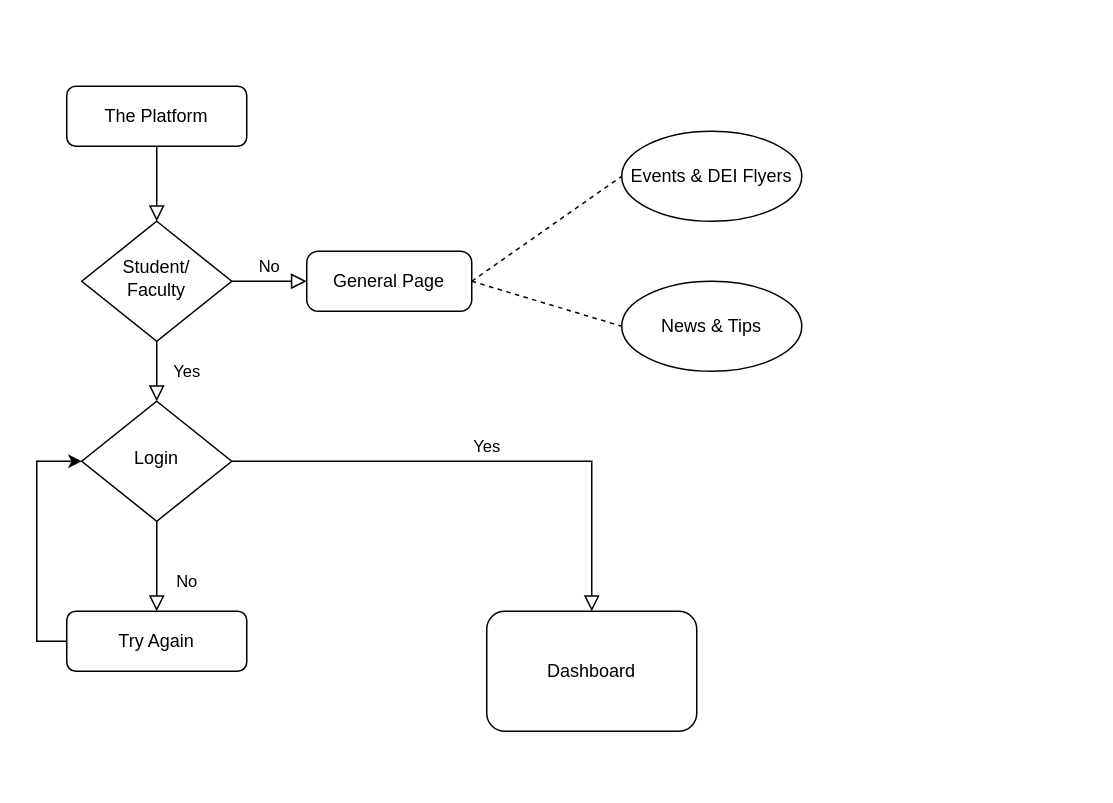
Above: per_guilia.drawio in homanmirgolbabaee/per-giulia (draw.io), before the change. Source tidied: cells renumbered, new cells numbered last; positions are measured from the earlier drawing's top-left corner, leaving out a move shared by most shapes. Both pictures are drawn from the tidied source at 150%, with x=0, y=0 at pixel (36, 86).
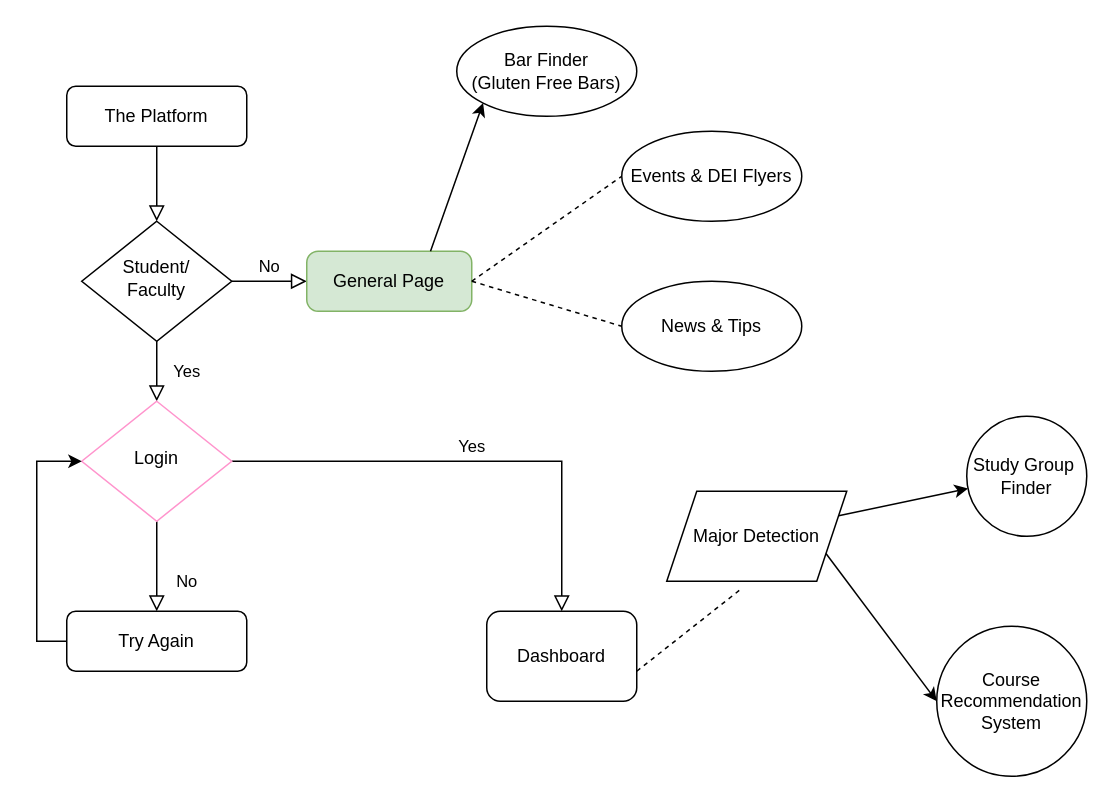
Above is the later version.

Change to the diagram source:
```diff
@@
-    <mxCell id="7" value="General Page" style="rounded=1;whiteSpace=wrap;html=1;fontSize=12;glass=0;strokeWidth=1;shadow=0;arcSize=19;" parent="1" vertex="1">
+    <mxCell id="7" value="General Page" style="rounded=1;whiteSpace=wrap;html=1;fontSize=12;glass=0;strokeWidth=1;shadow=0;arcSize=19;fillColor=#d5e8d4;strokeColor=#82b366;" parent="1" vertex="1">
       <mxGeometry x="180" y="110" width="110" height="40" as="geometry" />
     </mxCell>
@@
-    <mxCell id="10" value="Login" style="rhombus;whiteSpace=wrap;html=1;shadow=0;fontFamily=Helvetica;fontSize=12;align=center;strokeWidth=1;spacing=6;spacingTop=-4;" parent="1" vertex="1">
+    <mxCell id="10" value="Login" style="rhombus;whiteSpace=wrap;html=1;shadow=0;fontFamily=Helvetica;fontSize=12;align=center;strokeWidth=1;spacing=6;spacingTop=-4;strokeColor=#FF94CD;" parent="1" vertex="1">
       <mxGeometry x="30" y="210" width="100" height="80" as="geometry" />
     </mxCell>
@@
     <mxCell id="13" value="Dashboard" style="rounded=1;whiteSpace=wrap;html=1;fontSize=12;glass=0;strokeWidth=1;shadow=0;" parent="1" vertex="1">
-      <mxGeometry x="300" y="350" width="140" height="80" as="geometry" />
+      <mxGeometry x="300" y="350" width="100" height="60" as="geometry" />
     </mxCell>
@@
+    <mxCell id="18" style="endArrow=none;dashed=1;html=1;rounded=0;entryX=0.418;entryY=1.078;entryDx=0;entryDy=0;entryPerimeter=0;" parent="1" edge="1" target="19">
+      <mxGeometry relative="1" as="geometry">
+        <mxPoint x="400" y="390" as="sourcePoint" />
+      </mxGeometry>
+    </mxCell>
+    <mxCell id="19" value="Major Detection" style="shape=parallelogram;perimeter=parallelogramPerimeter;whiteSpace=wrap;html=1;fixedSize=1;" parent="1" vertex="1">
+      <mxGeometry x="420" y="270" width="120" height="60" as="geometry" />
+    </mxCell>
+    <mxCell id="20" style="endArrow=classic;html=1;rounded=0;exitX=1;exitY=0.25;exitDx=0;exitDy=0;" parent="1" edge="1" source="19" target="21">
+      <mxGeometry relative="1" as="geometry" />
+    </mxCell>
+    <mxCell id="21" value="Study Group&amp;nbsp;&lt;br&gt;Finder" style="ellipse;whiteSpace=wrap;html=1;" parent="1" vertex="1">
+      <mxGeometry x="620" y="220" width="80" height="80" as="geometry" />
+    </mxCell>
+    <mxCell id="22" style="endArrow=classic;html=1;rounded=0;exitX=1;exitY=0.75;exitDx=0;exitDy=0;entryX=0;entryY=0.5;entryDx=0;entryDy=0;" parent="1" edge="1" source="19" target="23">
+      <mxGeometry relative="1" as="geometry" />
+    </mxCell>
+    <mxCell id="23" value="Course Recommendation System" style="ellipse;whiteSpace=wrap;html=1;" parent="1" vertex="1">
+      <mxGeometry x="600" y="360" width="100" height="100" as="geometry" />
+    </mxCell>
+    <mxCell id="24" style="endArrow=classic;html=1;rounded=0;exitX=0.75;exitY=0;exitDx=0;exitDy=0;entryX=0;entryY=1;entryDx=0;entryDy=0;" parent="1" edge="1" source="7" target="25">
+      <mxGeometry relative="1" as="geometry" />
+    </mxCell>
+    <mxCell id="25" value="Bar Finder&lt;br&gt;(Gluten Free Bars)" style="ellipse;whiteSpace=wrap;html=1;" parent="1" vertex="1">
+      <mxGeometry x="280" y="-40" width="120" height="60" as="geometry" />
+    </mxCell>
```
